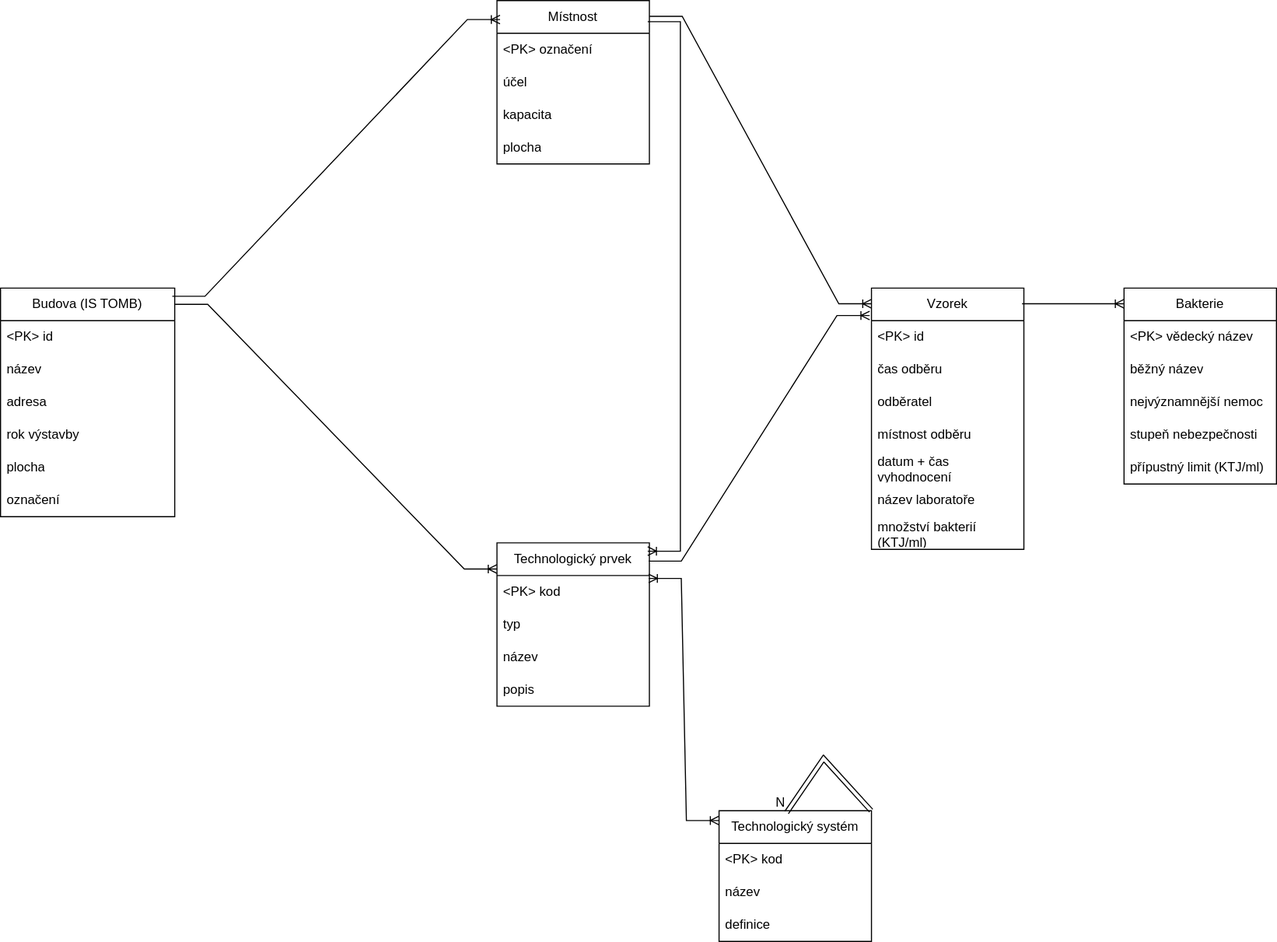
adstrafe/IUS keeps this draw.io diagram as Homework n.1/IUS_Pasportizace.drawio.svg. Above is the earlier version. Source tidied: cells renumbered, new cells last; positions are measured from the earlier drawing's top-left corner, leaving out a move shared by most shapes.
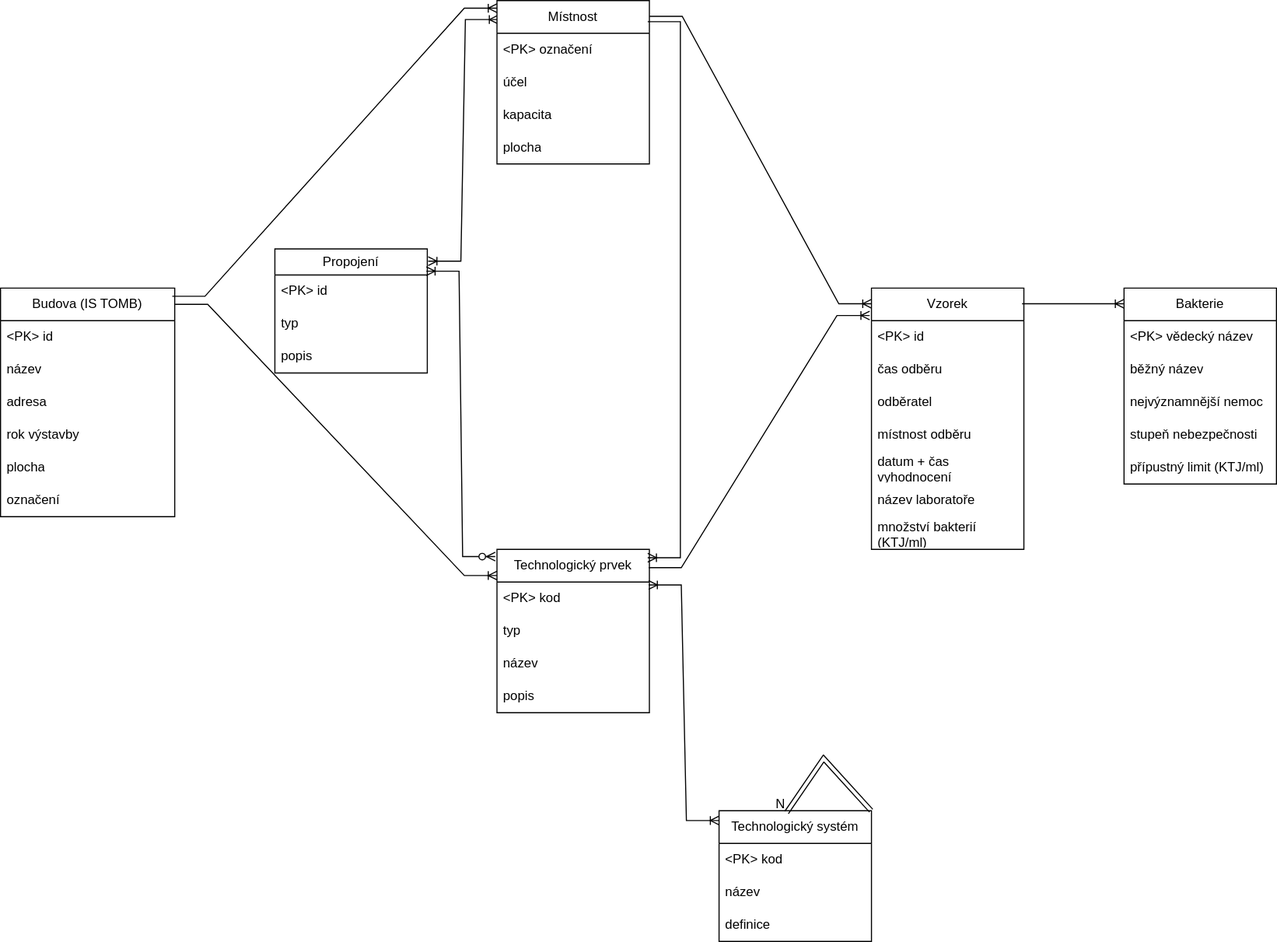
Above is the later version.

The edit, as a diff of the source:
```diff
@@ -2,6 +2,9 @@
   <root>
     <mxCell id="0" />
     <mxCell id="1" parent="0" />
+    <mxCell id="46" style="edgeStyle=entityRelationEdgeStyle;fontSize=12;html=1;endArrow=ERoneToMany;startArrow=ERoneToMany;rounded=0;entryX=0.007;entryY=0.116;entryDx=0;entryDy=0;entryPerimeter=0;exitX=1.006;exitY=0.099;exitDx=0;exitDy=0;exitPerimeter=0;" parent="1" edge="1" source="47" target="9">
+      <mxGeometry relative="1" as="geometry" />
+    </mxCell>
     <mxCell id="2" value="Budova (IS TOMB)" style="swimlane;fontStyle=0;horizontal=1;startSize=30;whiteSpace=wrap;html=1;" parent="1" vertex="1">
       <mxGeometry y="264" width="160" height="210" as="geometry" />
     </mxCell>
@@ -38,8 +41,9 @@
     <mxCell id="13" value="plocha" style="text;strokeColor=none;fillColor=none;align=left;verticalAlign=middle;spacingLeft=4;spacingRight=4;overflow=hidden;whiteSpace=wrap;html=1;" parent="9" vertex="1">
       <mxGeometry y="120" width="140" height="30" as="geometry" />
     </mxCell>
-    <mxCell id="14" style="edgeStyle=entityRelationEdgeStyle;fontSize=12;html=1;endArrow=ERoneToMany;rounded=0;exitX=0.986;exitY=0.036;exitDx=0;exitDy=0;exitPerimeter=0;entryX=0.02;entryY=0.116;entryDx=0;entryDy=0;entryPerimeter=0;" parent="1" edge="1" source="2" target="9">
+    <mxCell id="14" style="edgeStyle=entityRelationEdgeStyle;fontSize=12;html=1;endArrow=ERoneToMany;rounded=0;exitX=0.986;exitY=0.036;exitDx=0;exitDy=0;exitPerimeter=0;" parent="1" edge="1" source="2">
       <mxGeometry relative="1" as="geometry">
+        <mxPoint x="456" y="7" as="targetPoint" />
         <Array as="points">
           <mxPoint x="365" y="366" />
           <mxPoint x="425" y="406" />
@@ -49,7 +53,7 @@
       </mxGeometry>
     </mxCell>
     <mxCell id="15" value="Technologický prvek" style="swimlane;fontStyle=0;horizontal=1;startSize=30;whiteSpace=wrap;html=1;" parent="1" vertex="1">
-      <mxGeometry x="456" y="498" width="140" height="150" as="geometry" />
+      <mxGeometry x="456" y="504" width="140" height="150" as="geometry" />
     </mxCell>
     <mxCell id="16" value="&amp;lt;PK&amp;gt; kod" style="text;strokeColor=none;fillColor=none;align=left;verticalAlign=middle;spacingLeft=4;spacingRight=4;overflow=hidden;points=[[0,0.5],[1,0.5]];portConstraint=eastwest;whiteSpace=wrap;html=1;" parent="15" vertex="1">
       <mxGeometry y="30" width="140" height="30" as="geometry" />
@@ -149,5 +153,20 @@
     <mxCell id="45" style="edgeStyle=entityRelationEdgeStyle;fontSize=12;html=1;endArrow=ERoneToMany;rounded=0;exitX=0.988;exitY=0.06;exitDx=0;exitDy=0;exitPerimeter=0;entryX=0;entryY=0.08;entryDx=0;entryDy=0;entryPerimeter=0;" parent="1" edge="1" source="24" target="32">
       <mxGeometry relative="1" as="geometry" />
     </mxCell>
+    <mxCell id="47" value="Propojení" style="swimlane;fontStyle=0;horizontal=1;startSize=24;whiteSpace=wrap;html=1;" parent="1" vertex="1">
+      <mxGeometry x="252" y="228" width="140" height="114" as="geometry" />
+    </mxCell>
+    <mxCell id="48" value="&amp;lt;PK&amp;gt; id" style="text;strokeColor=none;fillColor=none;align=left;verticalAlign=middle;spacingLeft=4;spacingRight=4;overflow=hidden;points=[[0,0.5],[1,0.5]];portConstraint=eastwest;whiteSpace=wrap;html=1;" parent="47" vertex="1">
+      <mxGeometry y="24" width="140" height="30" as="geometry" />
+    </mxCell>
+    <mxCell id="49" value="typ" style="text;strokeColor=none;fillColor=none;align=left;verticalAlign=middle;spacingLeft=4;spacingRight=4;overflow=hidden;whiteSpace=wrap;html=1;" parent="47" vertex="1">
+      <mxGeometry y="54" width="140" height="30" as="geometry" />
+    </mxCell>
+    <mxCell id="50" value="popis" style="text;strokeColor=none;fillColor=none;align=left;verticalAlign=middle;spacingLeft=4;spacingRight=4;overflow=hidden;whiteSpace=wrap;html=1;" parent="47" vertex="1">
+      <mxGeometry y="84" width="140" height="30" as="geometry" />
+    </mxCell>
+    <mxCell id="51" style="edgeStyle=entityRelationEdgeStyle;fontSize=12;html=1;endArrow=ERoneToMany;startArrow=ERzeroToMany;rounded=0;entryX=0.994;entryY=-0.117;entryDx=0;entryDy=0;entryPerimeter=0;exitX=-0.011;exitY=0.044;exitDx=0;exitDy=0;exitPerimeter=0;" parent="1" edge="1" source="15" target="48">
+      <mxGeometry relative="1" as="geometry" />
+    </mxCell>
   </root>
 </mxGraphModel>
```
